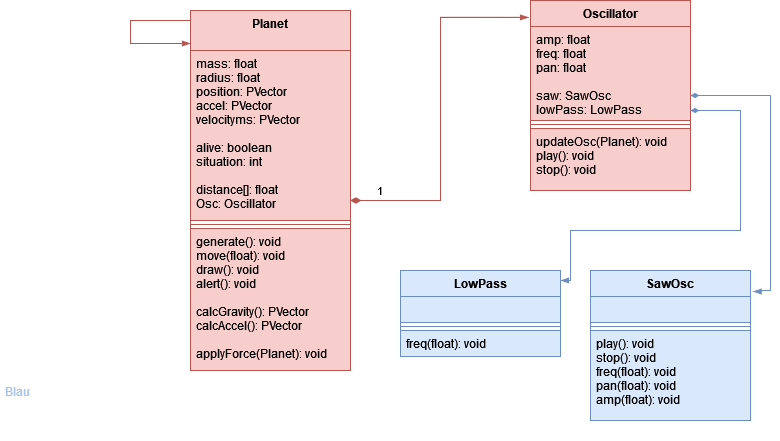
Kepasu/Informatik-Projekt-S1 keeps this draw.io diagram as Klassendiagramm.drawio.png. Above is the earlier version. Source tidied: cells renumbered, new cells last; positions are measured from the earlier drawing's top-left corner, leaving out a move shared by most shapes.
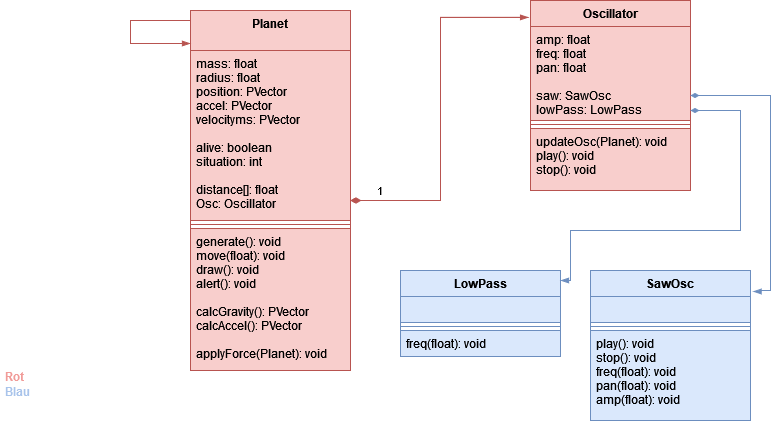
After the change.

What changed in the source:
```diff
@@ -98,7 +98,7 @@
         </Array>
       </mxGeometry>
     </mxCell>
-    <mxCell id="23" value="&lt;div&gt;&lt;font face=&quot;Helvetica&quot; color=&quot;#FFFFFF&quot;&gt;&lt;b&gt;Rot: eigene Klassen&lt;/b&gt;&lt;/font&gt;&lt;/div&gt;&lt;div&gt;&lt;font face=&quot;Helvetica&quot; color=&quot;#FFFFFF&quot;&gt;&lt;b&gt;&lt;font color=&quot;#A9C4EB&quot;&gt;Blau&lt;/font&gt;: Klassen der processing.sound library&lt;br&gt;&lt;/b&gt;&lt;/font&gt;&lt;/div&gt;" style="text;html=1;spacing=5;spacingTop=-20;whiteSpace=wrap;overflow=hidden;rounded=0;" parent="1" vertex="1">
+    <mxCell id="23" value="&lt;div&gt;&lt;font face=&quot;Helvetica&quot; color=&quot;#FFFFFF&quot;&gt;&lt;b&gt;&lt;font color=&quot;#F19C99&quot;&gt;Rot&lt;/font&gt;: eigene Klassen&lt;/b&gt;&lt;/font&gt;&lt;/div&gt;&lt;div&gt;&lt;font face=&quot;Helvetica&quot; color=&quot;#FFFFFF&quot;&gt;&lt;b&gt;&lt;font color=&quot;#A9C4EB&quot;&gt;Blau&lt;/font&gt;: Klassen der processing.sound library&lt;br&gt;&lt;/b&gt;&lt;/font&gt;&lt;/div&gt;" style="text;html=1;spacing=5;spacingTop=-20;whiteSpace=wrap;overflow=hidden;rounded=0;" parent="1" vertex="1">
       <mxGeometry y="380" width="190" height="60" as="geometry" />
     </mxCell>
   </root>
```
